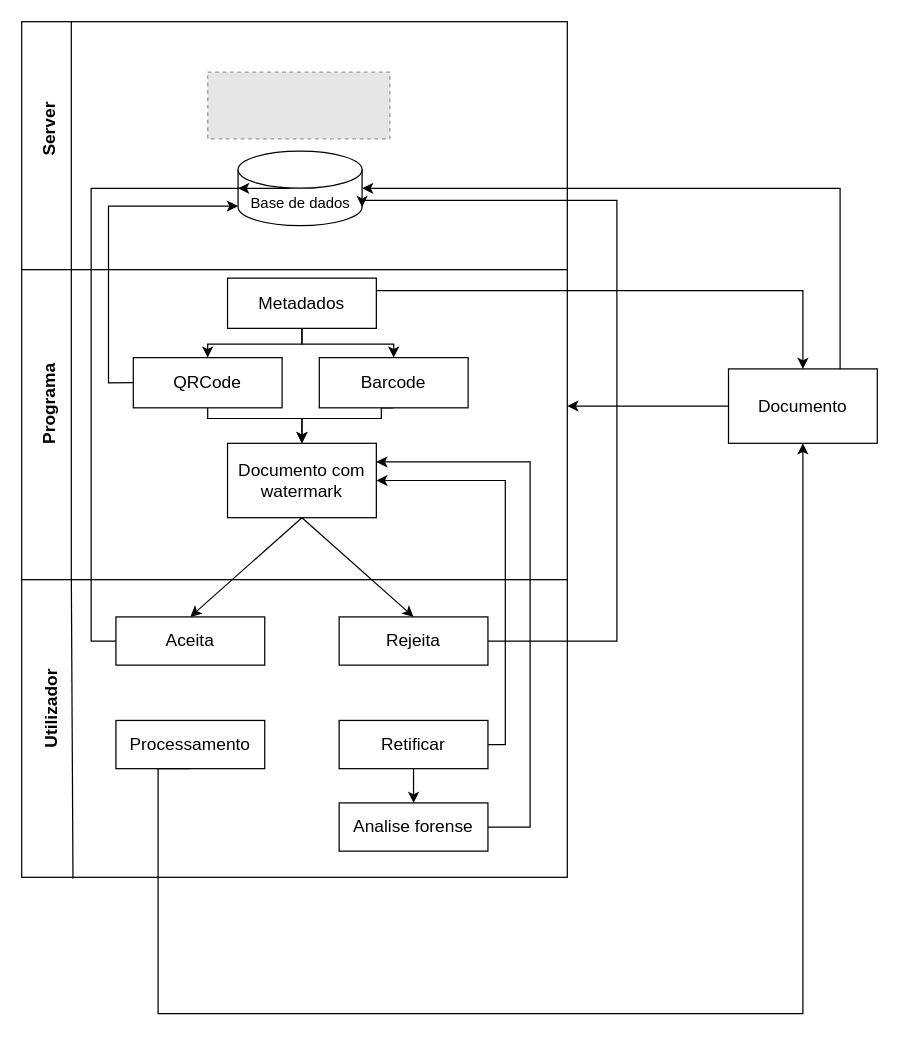
This is arquitetura_tese.drawio from tonyevolutionstar/watermark_thesis, a draw.io file, before an edit. Source tidied: cells renumbered, new cells numbered last; positions are measured from the earlier drawing's top-left corner, leaving out a move shared by most shapes. Both pictures are drawn from the tidied source at 124%, with x=0, y=0 at pixel (9, 21). Pictures stored in the file or linked from it are replaced by grey dashed boxes.
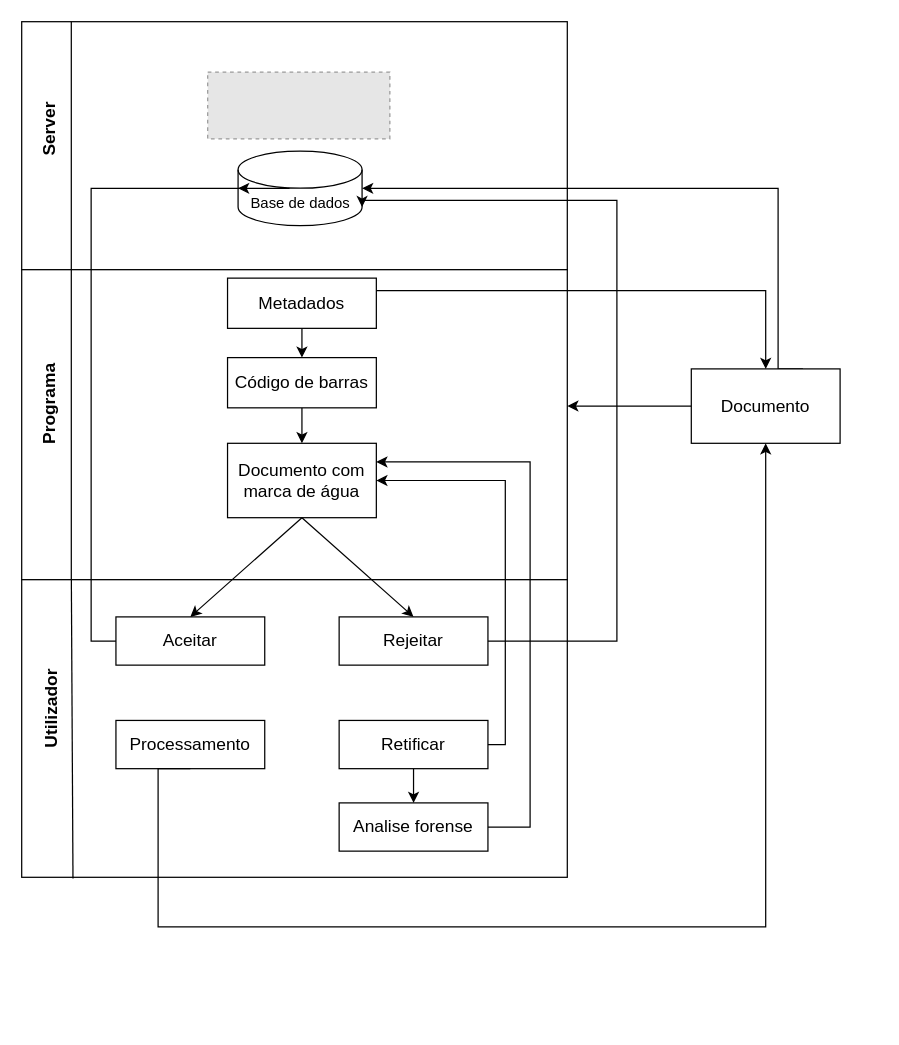
After the change.

The change refers to these unchanged cells:
```xml
<mxCell id="4" value="Base de dados" style="shape=cylinder3;whiteSpace=wrap;html=1;boundedLbl=1;backgroundOutline=1;size=15;" parent="2" vertex="1">
  <mxGeometry x="174.5" y="104.3" width="100" height="60.2" as="geometry" />
</mxCell>
<mxCell id="8" style="group;" parent="1" vertex="1">
  <mxGeometry x="10" y="200" width="440" height="250" as="geometry" />
</mxCell>
<mxCell id="15" value="Metadados" style="rounded=0;whiteSpace=wrap;html=1;fontSize=14;" parent="8" vertex="1">
  <mxGeometry x="166" y="6.8" width="120" height="40.5" as="geometry" />
</mxCell>
<mxCell id="23" style="group;" parent="1" vertex="1">
  <mxGeometry x="10" y="450" width="440" height="240" as="geometry" />
</mxCell>
<mxCell id="31" value="Processamento" style="rounded=0;whiteSpace=wrap;html=1;fontSize=14;" parent="23" vertex="1">
  <mxGeometry x="76" y="113.5" width="120" height="38.9" as="geometry" />
</mxCell>
```

The edit, as a diff of the source:
```diff
@@
-    <mxCell id="11" style="edgeStyle=orthogonalEdgeStyle;rounded=0;jettySize=auto;html=1;exitX=0.5;exitY=1;exitDx=0;exitDy=0;fontSize=14;" parent="8" edge="1" source="12" target="16">
-      <mxGeometry relative="1" as="geometry">
-        <Array as="points">
-          <mxPoint x="150" y="120" />
-          <mxPoint x="226" y="120" />
-        </Array>
-      </mxGeometry>
-    </mxCell>
-    <mxCell id="12" value="QRCode" style="rounded=0;whiteSpace=wrap;html=1;fontSize=14;" parent="8" vertex="1">
-      <mxGeometry x="90" y="70.9" width="120" height="40.5" as="geometry" />
-    </mxCell>
-    <mxCell id="13" style="edgeStyle=orthogonalEdgeStyle;rounded=0;jettySize=auto;html=1;exitX=0.5;exitY=1;exitDx=0;exitDy=0;fontSize=14;" parent="8" edge="1" source="15" target="12">
-      <mxGeometry relative="1" as="geometry">
-        <Array as="points">
-          <mxPoint x="226" y="60" />
-          <mxPoint x="150" y="60" />
-        </Array>
-      </mxGeometry>
-    </mxCell>
-    <mxCell id="14" style="edgeStyle=orthogonalEdgeStyle;rounded=0;jettySize=auto;html=1;exitX=0.5;exitY=1;exitDx=0;exitDy=0;" parent="8" edge="1" source="15" target="19">
+    <mxCell id="14" style="edgeStyle=orthogonalEdgeStyle;rounded=0;jettySize=auto;html=1;exitX=0.5;exitY=1;exitDx=0;exitDy=0;entryX=0.5;entryY=0;entryDx=0;entryDy=0;" parent="8" edge="1" source="15" target="19">
       <mxGeometry relative="1" as="geometry">
         <Array as="points">
           <mxPoint x="226" y="60" />
-          <mxPoint x="300" y="60" />
+          <mxPoint x="226" y="60" />
         </Array>
       </mxGeometry>
     </mxCell>
@@
-    <mxCell id="16" value="Documento com watermark" style="rounded=0;whiteSpace=wrap;html=1;fontSize=14;" parent="8" vertex="1">
+    <mxCell id="16" value="Documento com marca de água" style="rounded=0;whiteSpace=wrap;html=1;fontSize=14;" parent="8" vertex="1">
       <mxGeometry x="166" y="140" width="120" height="60" as="geometry" />
     </mxCell>
@@
     <mxCell id="18" style="edgeStyle=orthogonalEdgeStyle;rounded=0;jettySize=auto;html=1;exitX=0.5;exitY=1;exitDx=0;exitDy=0;entryX=0.5;entryY=0;entryDx=0;entryDy=0;" parent="8" edge="1" source="19" target="16">
       <mxGeometry relative="1" as="geometry">
         <Array as="points">
-          <mxPoint x="290" y="112" />
-          <mxPoint x="290" y="120" />
+          <mxPoint x="226" y="120" />
           <mxPoint x="226" y="120" />
         </Array>
       </mxGeometry>
     </mxCell>
-    <mxCell id="19" value="Barcode" style="rounded=0;whiteSpace=wrap;html=1;fontSize=14;" parent="8" vertex="1">
-      <mxGeometry x="240" y="70.9" width="120" height="40.5" as="geometry" />
+    <mxCell id="19" value="Código de barras" style="rounded=0;whiteSpace=wrap;html=1;fontSize=14;" parent="8" vertex="1">
+      <mxGeometry x="166" y="70.9" width="120" height="40.5" as="geometry" />
     </mxCell>
     <mxCell id="20" style="edgeStyle=orthogonalEdgeStyle;rounded=0;jettySize=auto;html=1;exitX=0.75;exitY=0;exitDx=0;exitDy=0;entryX=1;entryY=0.5;entryDx=0;entryDy=0;entryPerimeter=0;fontSize=14;" parent="1" edge="1" source="22" target="4">
-      <mxGeometry relative="1" as="geometry" />
+      <mxGeometry relative="1" as="geometry">
+        <Array as="points">
+          <mxPoint x="620" y="280" />
+          <mxPoint x="620" y="134" />
+        </Array>
+      </mxGeometry>
     </mxCell>
@@
     <mxCell id="22" value="Documento" style="rounded=0;whiteSpace=wrap;html=1;fontSize=14;" parent="1" vertex="1">
-      <mxGeometry x="580" y="280" width="120" height="60" as="geometry" />
+      <mxGeometry x="550" y="280" width="120" height="60" as="geometry" />
     </mxCell>
@@
-    <mxCell id="26" value="Aceita" style="rounded=0;whiteSpace=wrap;html=1;fontSize=14;" parent="23" vertex="1">
+    <mxCell id="26" value="Aceitar" style="rounded=0;whiteSpace=wrap;html=1;fontSize=14;" parent="23" vertex="1">
       <mxGeometry x="76" y="30" width="120" height="38.9" as="geometry" />
     </mxCell>
-    <mxCell id="27" value="Rejeita" style="rounded=0;whiteSpace=wrap;html=1;fontSize=14;" parent="23" vertex="1">
+    <mxCell id="27" value="Rejeitar" style="rounded=0;whiteSpace=wrap;html=1;fontSize=14;" parent="23" vertex="1">
       <mxGeometry x="256" y="30" width="120" height="38.9" as="geometry" />
     </mxCell>
@@
     <mxCell id="34" style="edgeStyle=orthogonalEdgeStyle;rounded=0;jettySize=auto;html=1;exitX=0.5;exitY=1;exitDx=0;exitDy=0;entryX=0.5;entryY=1;entryDx=0;entryDy=0;fontSize=14;" parent="1" edge="1" source="31" target="22">
       <mxGeometry relative="1" as="geometry">
         <Array as="points">
-          <mxPoint x="120" y="800" />
-          <mxPoint x="640" y="800" />
+          <mxPoint x="120" y="602" />
+          <mxPoint x="120" y="730" />
+          <mxPoint x="610" y="730" />
         </Array>
       </mxGeometry>
     </mxCell>
@@
-    <mxCell id="38" style="edgeStyle=orthogonalEdgeStyle;rounded=0;jettySize=auto;html=1;exitX=0;exitY=0.5;exitDx=0;exitDy=0;entryX=0;entryY=0;entryDx=0;entryDy=44.4225;entryPerimeter=0;fontSize=14;" parent="1" edge="1" source="12" target="4">
-      <mxGeometry relative="1" as="geometry" />
-    </mxCell>
```
